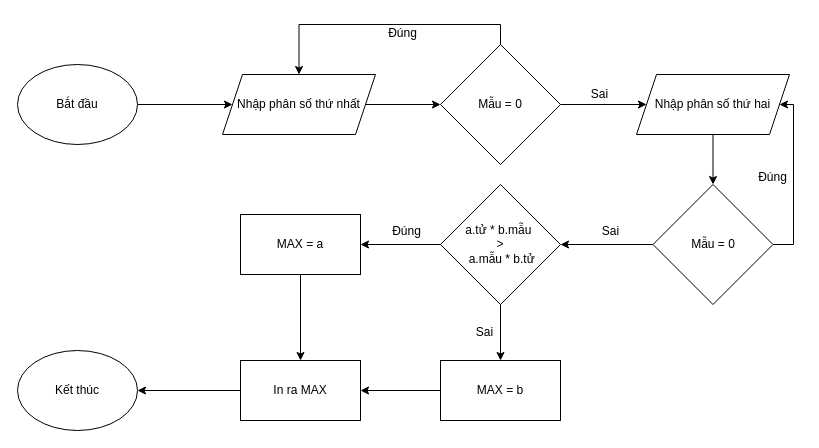
The draw.io diagram page "Page-1" (1 of 2) of FlowChart2.drawio in miscitaofvh/IT002.Report.Lab1, before the edit. Source tidied: cells renumbered, new cells numbered last; positions are measured from the earlier drawing's top-left corner, leaving out a move shared by most shapes. Both pictures are drawn from the tidied source at 100%, with x=0, y=0 at pixel (17, 20).
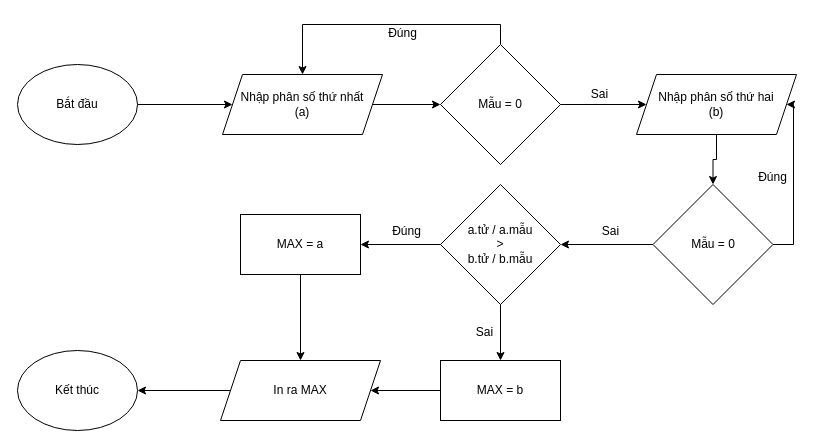
The same page after the edit.

Unchanged cells that the change refers to:
```xml
<mxCell id="22" value="MAX = a" style="whiteSpace=wrap;html=1;" parent="1" vertex="1">
  <mxGeometry x="223" y="194" width="120" height="60" as="geometry" />
</mxCell>
<mxCell id="24" value="MAX = b" style="whiteSpace=wrap;html=1;" parent="1" vertex="1">
  <mxGeometry x="423" y="340" width="120" height="60" as="geometry" />
</mxCell>
<mxCell id="27" value="Kết thúc" style="ellipse;whiteSpace=wrap;html=1;" parent="1" vertex="1">
  <mxGeometry y="330" width="120" height="80" as="geometry" />
</mxCell>
```

The edit, as a diff of the source:
```diff
@@
-    <mxCell id="5" value="Nhập phân số thứ nhất" style="shape=parallelogram;perimeter=parallelogramPerimeter;whiteSpace=wrap;html=1;fixedSize=1;" parent="1" vertex="1">
-      <mxGeometry x="205" y="54" width="153" height="60" as="geometry" />
+    <mxCell id="5" value="Nhập phân số thứ nhất&lt;div&gt;(a)&lt;/div&gt;" style="shape=parallelogram;perimeter=parallelogramPerimeter;whiteSpace=wrap;html=1;fixedSize=1;" parent="1" vertex="1">
+      <mxGeometry x="205" y="54" width="160" height="60" as="geometry" />
     </mxCell>
@@
-    <mxCell id="11" value="Nhập phân số thứ hai" style="shape=parallelogram;perimeter=parallelogramPerimeter;whiteSpace=wrap;html=1;fixedSize=1;" parent="1" vertex="1">
-      <mxGeometry x="619" y="54" width="153" height="60" as="geometry" />
+    <mxCell id="11" value="Nhập phân số thứ hai&lt;div&gt;(b)&lt;/div&gt;" style="shape=parallelogram;perimeter=parallelogramPerimeter;whiteSpace=wrap;html=1;fixedSize=1;" parent="1" vertex="1">
+      <mxGeometry x="619" y="54" width="160" height="60" as="geometry" />
     </mxCell>
@@
-    <mxCell id="18" value="a.tử * b.mẫu&amp;nbsp;&lt;div&gt;&amp;gt;&lt;/div&gt;&lt;div&gt;&amp;nbsp;a.mẫu * b.tử&lt;/div&gt;" style="rhombus;whiteSpace=wrap;html=1;" parent="1" vertex="1">
+    <mxCell id="18" value="&lt;div&gt;a.tử / a.mẫu&lt;/div&gt;&lt;div&gt;&amp;gt;&lt;/div&gt;&lt;div&gt;b.tử / b.mẫu&lt;/div&gt;" style="rhombus;whiteSpace=wrap;html=1;" parent="1" vertex="1">
       <mxGeometry x="423" y="164" width="120" height="120" as="geometry" />
     </mxCell>
@@
-    <mxCell id="21" style="edgeStyle=orthogonalEdgeStyle;rounded=0;jettySize=auto;html=1;exitX=0.5;exitY=1;exitDx=0;exitDy=0;entryX=0.5;entryY=0;entryDx=0;entryDy=0;" parent="1" edge="1" source="22" target="26">
+    <mxCell id="21" style="edgeStyle=orthogonalEdgeStyle;rounded=0;jettySize=auto;html=1;" parent="1" edge="1" source="22" target="26">
       <mxGeometry relative="1" as="geometry" />
     </mxCell>
@@
-    <mxCell id="23" style="edgeStyle=orthogonalEdgeStyle;rounded=0;jettySize=auto;html=1;" parent="1" edge="1" source="24" target="26">
+    <mxCell id="23" style="edgeStyle=orthogonalEdgeStyle;rounded=0;jettySize=auto;html=1;exitX=0;exitY=0.5;exitDx=0;exitDy=0;entryX=1;entryY=0.5;entryDx=0;entryDy=0;" parent="1" edge="1" source="24" target="26">
       <mxGeometry relative="1" as="geometry" />
     </mxCell>
@@
-    <mxCell id="25" style="edgeStyle=orthogonalEdgeStyle;rounded=0;jettySize=auto;html=1;" parent="1" edge="1" source="26" target="27">
-      <mxGeometry relative="1" as="geometry" />
-    </mxCell>
-    <mxCell id="26" value="In ra MAX" style="whiteSpace=wrap;html=1;" parent="1" vertex="1">
-      <mxGeometry x="223" y="340" width="120" height="60" as="geometry" />
-    </mxCell>
@@
+    <mxCell id="25" style="edgeStyle=orthogonalEdgeStyle;rounded=0;jettySize=auto;html=1;" parent="1" edge="1" source="26" target="27">
+      <mxGeometry relative="1" as="geometry" />
+    </mxCell>
+    <mxCell id="26" value="In ra MAX" style="shape=parallelogram;perimeter=parallelogramPerimeter;whiteSpace=wrap;html=1;fixedSize=1;" parent="1" vertex="1">
+      <mxGeometry x="203" y="340" width="160" height="60" as="geometry" />
+    </mxCell>
```
